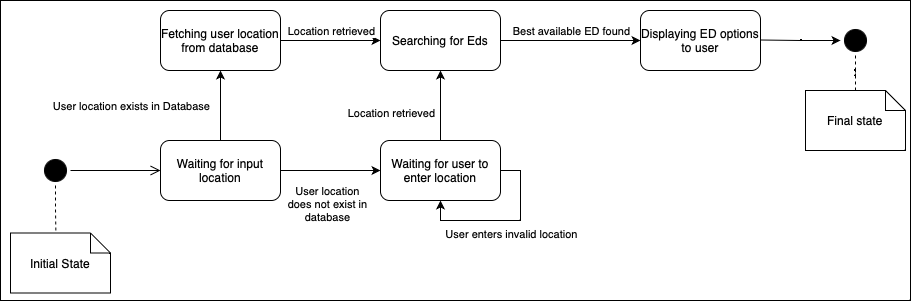
This is diagrams/ED_Services_SD.drawio.png from uvic-teach/project-m1-team6, a draw.io export, as it was before one commit. Source tidied: cells renumbered, new cells last; positions are measured from the earlier drawing's top-left corner, leaving out a move shared by most shapes.
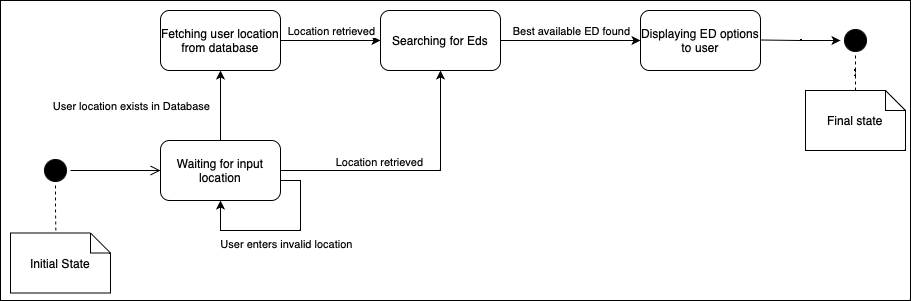
Above is the later version.

Change to the diagram source:
```diff
@@ -42,14 +42,6 @@
         <mxPoint x="-91" as="offset" />
       </mxGeometry>
     </mxCell>
-    <mxCell id="13" style="edgeStyle=orthogonalEdgeStyle;rounded=0;jettySize=auto;html=1;" parent="1" edge="1" source="15" target="21">
-      <mxGeometry relative="1" as="geometry" />
-    </mxCell>
-    <mxCell id="14" value="User location&lt;br&gt;does not exist in&lt;br&gt;database" style="edgeLabel;html=1;align=center;verticalAlign=middle;" parent="13" vertex="1">
-      <mxGeometry x="-0.08" y="-3" relative="1" as="geometry">
-        <mxPoint y="30" as="offset" />
-      </mxGeometry>
-    </mxCell>
     <mxCell id="15" value="Waiting for input location" style="rounded=1;whiteSpace=wrap;html=1;" parent="1" vertex="1">
       <mxGeometry x="160" y="140" width="120" height="60" as="geometry" />
     </mxCell>
@@ -64,31 +56,14 @@
     <mxCell id="18" value="Fetching user location from database" style="rounded=1;whiteSpace=wrap;html=1;" parent="1" vertex="1">
       <mxGeometry x="160" y="10" width="120" height="60" as="geometry" />
     </mxCell>
-    <mxCell id="19" style="edgeStyle=orthogonalEdgeStyle;rounded=0;jettySize=auto;html=1;" parent="1" edge="1" source="21" target="26">
+    <mxCell id="19" style="edgeStyle=orthogonalEdgeStyle;rounded=0;jettySize=auto;html=1;exitX=1;exitY=0.5;exitDx=0;exitDy=0;" parent="1" edge="1" source="15" target="26">
       <mxGeometry relative="1" as="geometry" />
     </mxCell>
     <mxCell id="20" value="Location retrieved" style="edgeLabel;html=1;align=center;verticalAlign=middle;" parent="19" vertex="1">
       <mxGeometry x="-0.2" y="3" relative="1" as="geometry">
-        <mxPoint x="-47" as="offset" />
+        <mxPoint x="-6" y="-6" as="offset" />
       </mxGeometry>
     </mxCell>
-    <mxCell id="21" value="Waiting for user to enter location" style="rounded=1;whiteSpace=wrap;html=1;" parent="1" vertex="1">
-      <mxGeometry x="380" y="140" width="120" height="60" as="geometry" />
-    </mxCell>
-    <mxCell id="22" style="edgeStyle=orthogonalEdgeStyle;rounded=0;orthogonalLoop=1;jettySize=auto;html=1;entryX=0.5;entryY=1;entryDx=0;entryDy=0;" parent="1" edge="1" source="21" target="21">
-      <mxGeometry relative="1" as="geometry">
-        <Array as="points">
-          <mxPoint x="520" y="170" />
-          <mxPoint x="520" y="220" />
-          <mxPoint x="440" y="220" />
-        </Array>
-      </mxGeometry>
-    </mxCell>
-    <mxCell id="23" value="User enters invalid location" style="edgeLabel;html=1;align=center;verticalAlign=middle;" parent="22" vertex="1">
-      <mxGeometry x="0.05" y="-2" relative="1" as="geometry">
-        <mxPoint x="9" y="15" as="offset" />
-      </mxGeometry>
-    </mxCell>
     <mxCell id="24" style="edgeStyle=orthogonalEdgeStyle;rounded=0;jettySize=auto;html=1;entryX=0;entryY=0.5;entryDx=0;entryDy=0;" parent="1" edge="1" source="26" target="27">
       <mxGeometry relative="1" as="geometry" />
     </mxCell>
@@ -103,5 +78,20 @@
     <mxCell id="27" value="Displaying ED options to user" style="rounded=1;whiteSpace=wrap;html=1;" parent="1" vertex="1">
       <mxGeometry x="640" y="10" width="120" height="60" as="geometry" />
     </mxCell>
+    <mxCell id="28" style="edgeStyle=orthogonalEdgeStyle;rounded=0;jettySize=auto;html=1;entryX=0.5;entryY=1;entryDx=0;entryDy=0;" parent="1" edge="1" target="15">
+      <mxGeometry relative="1" as="geometry">
+        <mxPoint x="280" y="180" as="sourcePoint" />
+        <Array as="points">
+          <mxPoint x="300" y="180" />
+          <mxPoint x="300" y="230" />
+          <mxPoint x="220" y="230" />
+        </Array>
+      </mxGeometry>
+    </mxCell>
+    <mxCell id="23" value="User enters invalid location" style="edgeLabel;html=1;align=center;verticalAlign=middle;" parent="28" vertex="1">
+      <mxGeometry x="0.05" y="-2" relative="1" as="geometry">
+        <mxPoint x="9" y="15" as="offset" />
+      </mxGeometry>
+    </mxCell>
   </root>
 </mxGraphModel>
```
